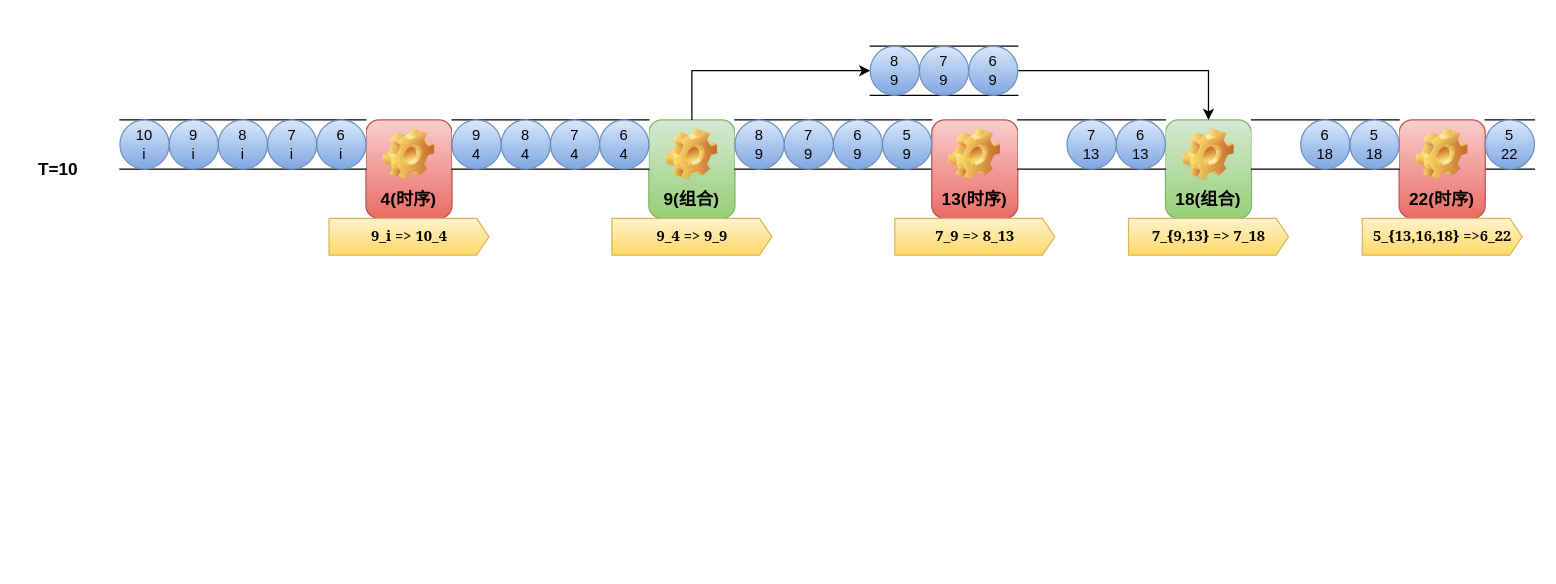
Earlier version of the draw.io diagram verilator_digrams/推测执行.drawio (Dercury/CLDK). Source tidied: cells renumbered, new cells numbered last; positions are measured from the earlier drawing's top-left corner, leaving out a move shared by most shapes. Both pictures are drawn from the tidied source at 123%, with x=0, y=0 at pixel (21, 46).
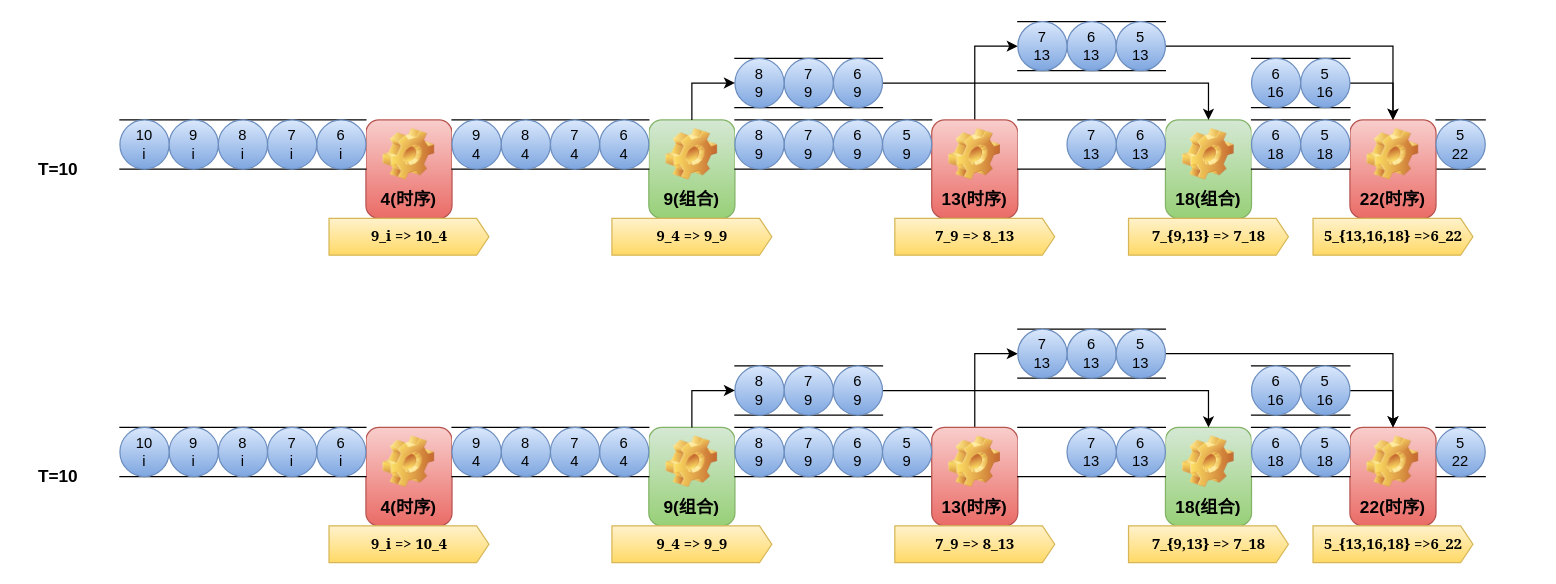
The same diagram, later.

Commit message (it also covers changes not shown here):
更新推测执行.drawio

The change refers to these unchanged cells:
```xml
<mxCell id="9" value="13(时序)" style="label;whiteSpace=wrap;html=1;align=center;verticalAlign=bottom;spacingLeft=0;spacingBottom=4;imageAlign=center;imageVerticalAlign=top;image=img/clipart/Gear_128x128.png;fontSize=14;fillColor=#f8cecc;gradientColor=#ea6b66;strokeColor=#b85450;" parent="1" vertex="1">
  <mxGeometry x="740" y="60" width="70" height="80" as="geometry" />
</mxCell>
```

Change to the diagram source:
```diff
@@
     <mxCell id="2" style="html=1;dashed=0;whiteSpace=wrap;shape=partialRectangle;right=0;left=0;" parent="1" vertex="1">
-      <mxGeometry x="1190" y="60" width="40" height="40" as="geometry" />
+      <mxGeometry x="1150" y="60" width="40" height="40" as="geometry" />
     </mxCell>
@@
+    <mxCell id="43" style="edgeStyle=orthogonalEdgeStyle;rounded=0;jettySize=auto;html=1;exitX=0.5;exitY=0;exitDx=0;exitDy=0;entryX=0;entryY=0.5;entryDx=0;entryDy=0;" parent="1" edge="1" source="9" target="45">
+      <mxGeometry relative="1" as="geometry" />
+    </mxCell>
@@
     <mxCell id="10" value="22(时序)" style="label;whiteSpace=wrap;html=1;align=center;verticalAlign=bottom;spacingLeft=0;spacingBottom=4;imageAlign=center;imageVerticalAlign=top;image=img/clipart/Gear_128x128.png;fontSize=14;fillColor=#f8cecc;gradientColor=#ea6b66;strokeColor=#b85450;" parent="1" vertex="1">
-      <mxGeometry x="1120" y="60" width="70" height="80" as="geometry" />
+      <mxGeometry x="1080" y="60" width="70" height="80" as="geometry" />
     </mxCell>
@@
     <mxCell id="13" style="html=1;dashed=0;whiteSpace=wrap;shape=partialRectangle;right=0;left=0;" parent="1" vertex="1">
-      <mxGeometry x="1000" y="60" width="120" height="40" as="geometry" />
+      <mxGeometry x="1000" y="60" width="80" height="40" as="geometry" />
     </mxCell>
@@
     <mxCell id="23" value="5_{13,16,18} =&amp;gt;6_22" style="html=1;shadow=0;dashed=0;align=center;verticalAlign=middle;shape=mxgraph.arrows2.arrow;dy=0;dx=10;notch=0;fillColor=#fff2cc;gradientColor=#ffd966;strokeColor=#d6b656;fontFamily=Georgia;fontStyle=1;" parent="1" vertex="1">
-      <mxGeometry x="1090" y="140" width="130" height="30" as="geometry" />
+      <mxGeometry x="1050" y="140" width="130" height="30" as="geometry" />
     </mxCell>
@@
     <mxCell id="35" style="html=1;dashed=0;whiteSpace=wrap;shape=partialRectangle;right=0;left=0;" parent="1" vertex="1">
-      <mxGeometry x="690" width="120" height="40" as="geometry" />
+      <mxGeometry x="580" y="10" width="120" height="40" as="geometry" />
     </mxCell>
     <mxCell id="36" value="&lt;div&gt;6&lt;/div&gt;&lt;div&gt;9&lt;/div&gt;" style="ellipse;whiteSpace=wrap;html=1;fillColor=#dae8fc;gradientColor=#7ea6e0;strokeColor=#6c8ebf;" parent="1" vertex="1">
-      <mxGeometry x="770" width="40" height="40" as="geometry" />
+      <mxGeometry x="660" y="10" width="40" height="40" as="geometry" />
     </mxCell>
     <mxCell id="37" value="&lt;div&gt;7&lt;/div&gt;&lt;div&gt;9&lt;/div&gt;" style="ellipse;whiteSpace=wrap;html=1;fillColor=#dae8fc;gradientColor=#7ea6e0;strokeColor=#6c8ebf;" parent="1" vertex="1">
-      <mxGeometry x="730" width="40" height="40" as="geometry" />
+      <mxGeometry x="620" y="10" width="40" height="40" as="geometry" />
     </mxCell>
     <mxCell id="38" value="&lt;div&gt;8&lt;/div&gt;&lt;div&gt;9&lt;/div&gt;" style="ellipse;whiteSpace=wrap;html=1;fillColor=#dae8fc;gradientColor=#7ea6e0;strokeColor=#6c8ebf;" parent="1" vertex="1">
-      <mxGeometry x="690" width="40" height="40" as="geometry" />
+      <mxGeometry x="580" y="10" width="40" height="40" as="geometry" />
     </mxCell>
@@
     <mxCell id="40" value="&lt;div&gt;6&lt;/div&gt;&lt;div&gt;18&lt;/div&gt;" style="ellipse;whiteSpace=wrap;html=1;fillColor=#dae8fc;gradientColor=#7ea6e0;strokeColor=#6c8ebf;" parent="1" vertex="1">
-      <mxGeometry x="1040" y="60" width="40" height="40" as="geometry" />
+      <mxGeometry x="1000" y="60" width="40" height="40" as="geometry" />
     </mxCell>
     <mxCell id="41" value="&lt;div&gt;5&lt;/div&gt;&lt;div&gt;18&lt;/div&gt;" style="ellipse;whiteSpace=wrap;html=1;fillColor=#dae8fc;gradientColor=#7ea6e0;strokeColor=#6c8ebf;" parent="1" vertex="1">
-      <mxGeometry x="1080" y="60" width="40" height="40" as="geometry" />
+      <mxGeometry x="1040" y="60" width="40" height="40" as="geometry" />
     </mxCell>
     <mxCell id="42" value="&lt;div&gt;5&lt;/div&gt;&lt;div&gt;22&lt;/div&gt;" style="ellipse;whiteSpace=wrap;html=1;fillColor=#dae8fc;gradientColor=#7ea6e0;strokeColor=#6c8ebf;" parent="1" vertex="1">
-      <mxGeometry x="1190" y="60" width="40" height="40" as="geometry" />
+      <mxGeometry x="1150" y="60" width="40" height="40" as="geometry" />
     </mxCell>
+    <mxCell id="44" style="edgeStyle=orthogonalEdgeStyle;rounded=0;jettySize=auto;html=1;exitX=1;exitY=0.5;exitDx=0;exitDy=0;" parent="1" edge="1" source="45" target="10">
+      <mxGeometry relative="1" as="geometry" />
+    </mxCell>
+    <mxCell id="45" style="html=1;dashed=0;whiteSpace=wrap;shape=partialRectangle;right=0;left=0;" parent="1" vertex="1">
+      <mxGeometry x="810" y="-20" width="120" height="40" as="geometry" />
+    </mxCell>
+    <mxCell id="46" value="&lt;div&gt;6&lt;/div&gt;&lt;div&gt;13&lt;/div&gt;" style="ellipse;whiteSpace=wrap;html=1;fillColor=#dae8fc;gradientColor=#7ea6e0;strokeColor=#6c8ebf;" parent="1" vertex="1">
+      <mxGeometry x="850" y="-20" width="40" height="40" as="geometry" />
+    </mxCell>
+    <mxCell id="47" value="&lt;div&gt;7&lt;/div&gt;&lt;div&gt;13&lt;/div&gt;" style="ellipse;whiteSpace=wrap;html=1;fillColor=#dae8fc;gradientColor=#7ea6e0;strokeColor=#6c8ebf;" parent="1" vertex="1">
+      <mxGeometry x="810" y="-20" width="40" height="40" as="geometry" />
+    </mxCell>
+    <mxCell id="48" value="&lt;div&gt;5&lt;/div&gt;&lt;div&gt;13&lt;/div&gt;" style="ellipse;whiteSpace=wrap;html=1;fillColor=#dae8fc;gradientColor=#7ea6e0;strokeColor=#6c8ebf;" parent="1" vertex="1">
+      <mxGeometry x="890" y="-20" width="40" height="40" as="geometry" />
+    </mxCell>
+    <mxCell id="49" style="edgeStyle=orthogonalEdgeStyle;rounded=0;jettySize=auto;html=1;entryX=0.5;entryY=0;entryDx=0;entryDy=0;exitX=1;exitY=0.5;exitDx=0;exitDy=0;" parent="1" edge="1" source="50" target="10">
+      <mxGeometry relative="1" as="geometry" />
+    </mxCell>
+    <mxCell id="50" style="html=1;dashed=0;whiteSpace=wrap;shape=partialRectangle;right=0;left=0;" parent="1" vertex="1">
+      <mxGeometry x="1000" y="10" width="80" height="40" as="geometry" />
+    </mxCell>
+    <mxCell id="51" value="&lt;div&gt;6&lt;/div&gt;&lt;div&gt;16&lt;/div&gt;" style="ellipse;whiteSpace=wrap;html=1;fillColor=#dae8fc;gradientColor=#7ea6e0;strokeColor=#6c8ebf;" parent="1" vertex="1">
+      <mxGeometry x="1000" y="10" width="40" height="40" as="geometry" />
+    </mxCell>
+    <mxCell id="52" value="&lt;div&gt;5&lt;/div&gt;&lt;div&gt;16&lt;/div&gt;" style="ellipse;whiteSpace=wrap;html=1;fillColor=#dae8fc;gradientColor=#7ea6e0;strokeColor=#6c8ebf;" parent="1" vertex="1">
+      <mxGeometry x="1040" y="10" width="40" height="40" as="geometry" />
+    </mxCell>
+    <mxCell id="53" style="html=1;dashed=0;whiteSpace=wrap;shape=partialRectangle;right=0;left=0;" parent="1" vertex="1">
+      <mxGeometry x="1150" y="310" width="40" height="40" as="geometry" />
+    </mxCell>
+    <mxCell id="54" value="4(时序)" style="label;whiteSpace=wrap;html=1;align=center;verticalAlign=bottom;spacingLeft=0;spacingBottom=4;imageAlign=center;imageVerticalAlign=top;image=img/clipart/Gear_128x128.png;fontSize=14;fillColor=#f8cecc;gradientColor=#ea6b66;strokeColor=#b85450;" parent="1" vertex="1">
+      <mxGeometry x="280" y="310" width="70" height="80" as="geometry" />
+    </mxCell>
+    <mxCell id="55" value="9(组合)" style="label;whiteSpace=wrap;html=1;align=center;verticalAlign=bottom;spacingLeft=0;spacingBottom=4;imageAlign=center;imageVerticalAlign=top;image=img/clipart/Gear_128x128.png;fontSize=14;fillColor=#d5e8d4;gradientColor=#97d077;strokeColor=#82b366;" parent="1" vertex="1">
+      <mxGeometry x="510" y="310" width="70" height="80" as="geometry" />
+    </mxCell>
+    <mxCell id="56" style="html=1;dashed=0;whiteSpace=wrap;shape=partialRectangle;right=0;left=0;" parent="1" vertex="1">
+      <mxGeometry x="80" y="310" width="200" height="40" as="geometry" />
+    </mxCell>
+    <mxCell id="57" value="&lt;div&gt;6&lt;/div&gt;&lt;div&gt;i&lt;/div&gt;" style="ellipse;whiteSpace=wrap;html=1;fillColor=#dae8fc;gradientColor=#7ea6e0;strokeColor=#6c8ebf;" parent="1" vertex="1">
+      <mxGeometry x="240" y="310" width="40" height="40" as="geometry" />
+    </mxCell>
+    <mxCell id="58" style="html=1;dashed=0;whiteSpace=wrap;shape=partialRectangle;right=0;left=0;" parent="1" vertex="1">
+      <mxGeometry x="350" y="310" width="160" height="40" as="geometry" />
+    </mxCell>
+    <mxCell id="59" style="html=1;dashed=0;whiteSpace=wrap;shape=partialRectangle;right=0;left=0;" parent="1" vertex="1">
+      <mxGeometry x="580" y="310" width="160" height="40" as="geometry" />
+    </mxCell>
+    <mxCell id="60" style="edgeStyle=orthogonalEdgeStyle;rounded=0;jettySize=auto;html=1;exitX=0.5;exitY=0;exitDx=0;exitDy=0;entryX=0;entryY=0.5;entryDx=0;entryDy=0;" parent="1" edge="1" source="61" target="96">
+      <mxGeometry relative="1" as="geometry" />
+    </mxCell>
+    <mxCell id="61" value="13(时序)" style="label;whiteSpace=wrap;html=1;align=center;verticalAlign=bottom;spacingLeft=0;spacingBottom=4;imageAlign=center;imageVerticalAlign=top;image=img/clipart/Gear_128x128.png;fontSize=14;fillColor=#f8cecc;gradientColor=#ea6b66;strokeColor=#b85450;" parent="1" vertex="1">
+      <mxGeometry x="740" y="310" width="70" height="80" as="geometry" />
+    </mxCell>
+    <mxCell id="62" value="22(时序)" style="label;whiteSpace=wrap;html=1;align=center;verticalAlign=bottom;spacingLeft=0;spacingBottom=4;imageAlign=center;imageVerticalAlign=top;image=img/clipart/Gear_128x128.png;fontSize=14;fillColor=#f8cecc;gradientColor=#ea6b66;strokeColor=#b85450;" parent="1" vertex="1">
+      <mxGeometry x="1080" y="310" width="70" height="80" as="geometry" />
+    </mxCell>
+    <mxCell id="63" value="18(组合)" style="label;whiteSpace=wrap;html=1;align=center;verticalAlign=bottom;spacingLeft=0;spacingBottom=4;imageAlign=center;imageVerticalAlign=top;image=img/clipart/Gear_128x128.png;fontSize=14;fillColor=#d5e8d4;gradientColor=#97d077;strokeColor=#82b366;" parent="1" vertex="1">
+      <mxGeometry x="930" y="310" width="70" height="80" as="geometry" />
+    </mxCell>
+    <mxCell id="64" style="html=1;dashed=0;whiteSpace=wrap;shape=partialRectangle;right=0;left=0;" parent="1" vertex="1">
+      <mxGeometry x="810" y="310" width="120" height="40" as="geometry" />
+    </mxCell>
+    <mxCell id="65" style="html=1;dashed=0;whiteSpace=wrap;shape=partialRectangle;right=0;left=0;" parent="1" vertex="1">
+      <mxGeometry x="1000" y="310" width="80" height="40" as="geometry" />
+    </mxCell>
+    <mxCell id="66" value="T=10" style="text;html=1;align=center;verticalAlign=middle;whiteSpace=wrap;rounded=0;fontSize=14;fontStyle=1;" parent="1" vertex="1">
+      <mxGeometry y="335" width="60" height="30" as="geometry" />
+    </mxCell>
+    <mxCell id="67" value="&lt;div&gt;7&lt;/div&gt;&lt;div&gt;i&lt;/div&gt;" style="ellipse;whiteSpace=wrap;html=1;fillColor=#dae8fc;gradientColor=#7ea6e0;strokeColor=#6c8ebf;" parent="1" vertex="1">
+      <mxGeometry x="200" y="310" width="40" height="40" as="geometry" />
+    </mxCell>
+    <mxCell id="68" value="&lt;div&gt;8&lt;/div&gt;&lt;div&gt;i&lt;/div&gt;" style="ellipse;whiteSpace=wrap;html=1;fillColor=#dae8fc;gradientColor=#7ea6e0;strokeColor=#6c8ebf;" parent="1" vertex="1">
+      <mxGeometry x="160" y="310" width="40" height="40" as="geometry" />
+    </mxCell>
+    <mxCell id="69" value="&lt;div&gt;9&lt;/div&gt;&lt;div&gt;i&lt;/div&gt;" style="ellipse;whiteSpace=wrap;html=1;fillColor=#dae8fc;gradientColor=#7ea6e0;strokeColor=#6c8ebf;" parent="1" vertex="1">
+      <mxGeometry x="120" y="310" width="40" height="40" as="geometry" />
+    </mxCell>
+    <mxCell id="70" value="&lt;div&gt;10&lt;/div&gt;&lt;div&gt;i&lt;/div&gt;" style="ellipse;whiteSpace=wrap;html=1;fillColor=#dae8fc;gradientColor=#7ea6e0;strokeColor=#6c8ebf;" parent="1" vertex="1">
+      <mxGeometry x="80" y="310" width="40" height="40" as="geometry" />
+    </mxCell>
+    <mxCell id="71" value="9_i =&amp;gt; 10_4" style="html=1;shadow=0;dashed=0;align=center;verticalAlign=middle;shape=mxgraph.arrows2.arrow;dy=0;dx=10;notch=0;fillColor=#fff2cc;gradientColor=#ffd966;strokeColor=#d6b656;fontFamily=Georgia;fontStyle=1;" parent="1" vertex="1">
+      <mxGeometry x="250" y="390" width="130" height="30" as="geometry" />
+    </mxCell>
+    <mxCell id="72" value="9_4 =&amp;gt; 9_9" style="html=1;shadow=0;dashed=0;align=center;verticalAlign=middle;shape=mxgraph.arrows2.arrow;dy=0;dx=10;notch=0;fillColor=#fff2cc;gradientColor=#ffd966;strokeColor=#d6b656;fontFamily=Georgia;fontStyle=1;" parent="1" vertex="1">
+      <mxGeometry x="480" y="390" width="130" height="30" as="geometry" />
+    </mxCell>
+    <mxCell id="73" value="7_9 =&amp;gt; 8_13" style="html=1;shadow=0;dashed=0;align=center;verticalAlign=middle;shape=mxgraph.arrows2.arrow;dy=0;dx=10;notch=0;fillColor=#fff2cc;gradientColor=#ffd966;strokeColor=#d6b656;fontFamily=Georgia;fontStyle=1;" parent="1" vertex="1">
+      <mxGeometry x="710" y="390" width="130" height="30" as="geometry" />
+    </mxCell>
+    <mxCell id="74" value="7_{9,13} =&amp;gt; 7_18" style="html=1;shadow=0;dashed=0;align=center;verticalAlign=middle;shape=mxgraph.arrows2.arrow;dy=0;dx=10;notch=0;fillColor=#fff2cc;gradientColor=#ffd966;strokeColor=#d6b656;fontFamily=Georgia;fontStyle=1;" parent="1" vertex="1">
+      <mxGeometry x="900" y="390" width="130" height="30" as="geometry" />
+    </mxCell>
+    <mxCell id="75" value="5_{13,16,18} =&amp;gt;6_22" style="html=1;shadow=0;dashed=0;align=center;verticalAlign=middle;shape=mxgraph.arrows2.arrow;dy=0;dx=10;notch=0;fillColor=#fff2cc;gradientColor=#ffd966;strokeColor=#d6b656;fontFamily=Georgia;fontStyle=1;" parent="1" vertex="1">
+      <mxGeometry x="1050" y="390" width="130" height="30" as="geometry" />
+    </mxCell>
+    <mxCell id="76" value="&lt;div&gt;6&lt;/div&gt;&lt;div&gt;4&lt;/div&gt;" style="ellipse;whiteSpace=wrap;html=1;fillColor=#dae8fc;gradientColor=#7ea6e0;strokeColor=#6c8ebf;" parent="1" vertex="1">
+      <mxGeometry x="470" y="310" width="40" height="40" as="geometry" />
+    </mxCell>
+    <mxCell id="77" value="&lt;div&gt;7&lt;/div&gt;&lt;div&gt;4&lt;/div&gt;" style="ellipse;whiteSpace=wrap;html=1;fillColor=#dae8fc;gradientColor=#7ea6e0;strokeColor=#6c8ebf;" parent="1" vertex="1">
+      <mxGeometry x="430" y="310" width="40" height="40" as="geometry" />
+    </mxCell>
+    <mxCell id="78" value="&lt;div&gt;8&lt;/div&gt;&lt;div&gt;4&lt;/div&gt;" style="ellipse;whiteSpace=wrap;html=1;fillColor=#dae8fc;gradientColor=#7ea6e0;strokeColor=#6c8ebf;" parent="1" vertex="1">
+      <mxGeometry x="390" y="310" width="40" height="40" as="geometry" />
+    </mxCell>
+    <mxCell id="79" value="&lt;div&gt;9&lt;/div&gt;&lt;div&gt;4&lt;/div&gt;" style="ellipse;whiteSpace=wrap;html=1;fillColor=#dae8fc;gradientColor=#7ea6e0;strokeColor=#6c8ebf;" parent="1" vertex="1">
+      <mxGeometry x="350" y="310" width="40" height="40" as="geometry" />
+    </mxCell>
+    <mxCell id="80" value="&lt;div&gt;6&lt;/div&gt;&lt;div&gt;9&lt;/div&gt;" style="ellipse;whiteSpace=wrap;html=1;fillColor=#dae8fc;gradientColor=#7ea6e0;strokeColor=#6c8ebf;" parent="1" vertex="1">
+      <mxGeometry x="660" y="310" width="40" height="40" as="geometry" />
+    </mxCell>
+    <mxCell id="81" value="&lt;div&gt;7&lt;/div&gt;&lt;div&gt;9&lt;/div&gt;" style="ellipse;whiteSpace=wrap;html=1;fillColor=#dae8fc;gradientColor=#7ea6e0;strokeColor=#6c8ebf;" parent="1" vertex="1">
+      <mxGeometry x="620" y="310" width="40" height="40" as="geometry" />
+    </mxCell>
+    <mxCell id="82" value="&lt;div&gt;8&lt;/div&gt;&lt;div&gt;9&lt;/div&gt;" style="ellipse;whiteSpace=wrap;html=1;fillColor=#dae8fc;gradientColor=#7ea6e0;strokeColor=#6c8ebf;" parent="1" vertex="1">
+      <mxGeometry x="580" y="310" width="40" height="40" as="geometry" />
+    </mxCell>
+    <mxCell id="83" value="&lt;div&gt;5&lt;/div&gt;&lt;div&gt;9&lt;/div&gt;" style="ellipse;whiteSpace=wrap;html=1;fillColor=#dae8fc;gradientColor=#7ea6e0;strokeColor=#6c8ebf;" parent="1" vertex="1">
+      <mxGeometry x="700" y="310" width="40" height="40" as="geometry" />
+    </mxCell>
+    <mxCell id="84" value="&lt;div&gt;6&lt;/div&gt;&lt;div&gt;13&lt;/div&gt;" style="ellipse;whiteSpace=wrap;html=1;fillColor=#dae8fc;gradientColor=#7ea6e0;strokeColor=#6c8ebf;" parent="1" vertex="1">
+      <mxGeometry x="890" y="310" width="40" height="40" as="geometry" />
+    </mxCell>
+    <mxCell id="85" value="&lt;div&gt;7&lt;/div&gt;&lt;div&gt;13&lt;/div&gt;" style="ellipse;whiteSpace=wrap;html=1;fillColor=#dae8fc;gradientColor=#7ea6e0;strokeColor=#6c8ebf;" parent="1" vertex="1">
+      <mxGeometry x="850" y="310" width="40" height="40" as="geometry" />
+    </mxCell>
+    <mxCell id="86" style="edgeStyle=orthogonalEdgeStyle;rounded=0;jettySize=auto;html=1;entryX=0.5;entryY=0;entryDx=0;entryDy=0;" parent="1" edge="1" source="87" target="63">
+      <mxGeometry relative="1" as="geometry" />
+    </mxCell>
+    <mxCell id="87" style="html=1;dashed=0;whiteSpace=wrap;shape=partialRectangle;right=0;left=0;" parent="1" vertex="1">
+      <mxGeometry x="580" y="260" width="120" height="40" as="geometry" />
+    </mxCell>
+    <mxCell id="88" value="&lt;div&gt;6&lt;/div&gt;&lt;div&gt;9&lt;/div&gt;" style="ellipse;whiteSpace=wrap;html=1;fillColor=#dae8fc;gradientColor=#7ea6e0;strokeColor=#6c8ebf;" parent="1" vertex="1">
+      <mxGeometry x="660" y="260" width="40" height="40" as="geometry" />
+    </mxCell>
+    <mxCell id="89" value="&lt;div&gt;7&lt;/div&gt;&lt;div&gt;9&lt;/div&gt;" style="ellipse;whiteSpace=wrap;html=1;fillColor=#dae8fc;gradientColor=#7ea6e0;strokeColor=#6c8ebf;" parent="1" vertex="1">
+      <mxGeometry x="620" y="260" width="40" height="40" as="geometry" />
+    </mxCell>
+    <mxCell id="90" value="&lt;div&gt;8&lt;/div&gt;&lt;div&gt;9&lt;/div&gt;" style="ellipse;whiteSpace=wrap;html=1;fillColor=#dae8fc;gradientColor=#7ea6e0;strokeColor=#6c8ebf;" parent="1" vertex="1">
+      <mxGeometry x="580" y="260" width="40" height="40" as="geometry" />
+    </mxCell>
+    <mxCell id="91" style="edgeStyle=orthogonalEdgeStyle;rounded=0;jettySize=auto;html=1;exitX=0.5;exitY=0;exitDx=0;exitDy=0;entryX=0;entryY=0.5;entryDx=0;entryDy=0;" parent="1" edge="1" source="55" target="90">
+      <mxGeometry relative="1" as="geometry" />
+    </mxCell>
+    <mxCell id="92" value="&lt;div&gt;6&lt;/div&gt;&lt;div&gt;18&lt;/div&gt;" style="ellipse;whiteSpace=wrap;html=1;fillColor=#dae8fc;gradientColor=#7ea6e0;strokeColor=#6c8ebf;" parent="1" vertex="1">
+      <mxGeometry x="1000" y="310" width="40" height="40" as="geometry" />
+    </mxCell>
+    <mxCell id="93" value="&lt;div&gt;5&lt;/div&gt;&lt;div&gt;18&lt;/div&gt;" style="ellipse;whiteSpace=wrap;html=1;fillColor=#dae8fc;gradientColor=#7ea6e0;strokeColor=#6c8ebf;" parent="1" vertex="1">
+      <mxGeometry x="1040" y="310" width="40" height="40" as="geometry" />
+    </mxCell>
+    <mxCell id="94" value="&lt;div&gt;5&lt;/div&gt;&lt;div&gt;22&lt;/div&gt;" style="ellipse;whiteSpace=wrap;html=1;fillColor=#dae8fc;gradientColor=#7ea6e0;strokeColor=#6c8ebf;" parent="1" vertex="1">
+      <mxGeometry x="1150" y="310" width="40" height="40" as="geometry" />
+    </mxCell>
+    <mxCell id="95" style="edgeStyle=orthogonalEdgeStyle;rounded=0;jettySize=auto;html=1;exitX=1;exitY=0.5;exitDx=0;exitDy=0;" parent="1" edge="1" source="96" target="62">
+      <mxGeometry relative="1" as="geometry" />
+    </mxCell>
+    <mxCell id="96" style="html=1;dashed=0;whiteSpace=wrap;shape=partialRectangle;right=0;left=0;" parent="1" vertex="1">
+      <mxGeometry x="810" y="230" width="120" height="40" as="geometry" />
+    </mxCell>
+    <mxCell id="97" value="&lt;div&gt;6&lt;/div&gt;&lt;div&gt;13&lt;/div&gt;" style="ellipse;whiteSpace=wrap;html=1;fillColor=#dae8fc;gradientColor=#7ea6e0;strokeColor=#6c8ebf;" parent="1" vertex="1">
+      <mxGeometry x="850" y="230" width="40" height="40" as="geometry" />
+    </mxCell>
+    <mxCell id="98" value="&lt;div&gt;7&lt;/div&gt;&lt;div&gt;13&lt;/div&gt;" style="ellipse;whiteSpace=wrap;html=1;fillColor=#dae8fc;gradientColor=#7ea6e0;strokeColor=#6c8ebf;" parent="1" vertex="1">
+      <mxGeometry x="810" y="230" width="40" height="40" as="geometry" />
+    </mxCell>
+    <mxCell id="99" value="&lt;div&gt;5&lt;/div&gt;&lt;div&gt;13&lt;/div&gt;" style="ellipse;whiteSpace=wrap;html=1;fillColor=#dae8fc;gradientColor=#7ea6e0;strokeColor=#6c8ebf;" parent="1" vertex="1">
+      <mxGeometry x="890" y="230" width="40" height="40" as="geometry" />
+    </mxCell>
+    <mxCell id="100" style="edgeStyle=orthogonalEdgeStyle;rounded=0;jettySize=auto;html=1;entryX=0.5;entryY=0;entryDx=0;entryDy=0;exitX=1;exitY=0.5;exitDx=0;exitDy=0;" parent="1" edge="1" source="101" target="62">
+      <mxGeometry relative="1" as="geometry" />
+    </mxCell>
+    <mxCell id="101" style="html=1;dashed=0;whiteSpace=wrap;shape=partialRectangle;right=0;left=0;" parent="1" vertex="1">
+      <mxGeometry x="1000" y="260" width="80" height="40" as="geometry" />
+    </mxCell>
+    <mxCell id="102" value="&lt;div&gt;6&lt;/div&gt;&lt;div&gt;16&lt;/div&gt;" style="ellipse;whiteSpace=wrap;html=1;fillColor=#dae8fc;gradientColor=#7ea6e0;strokeColor=#6c8ebf;" parent="1" vertex="1">
+      <mxGeometry x="1000" y="260" width="40" height="40" as="geometry" />
+    </mxCell>
+    <mxCell id="103" value="&lt;div&gt;5&lt;/div&gt;&lt;div&gt;16&lt;/div&gt;" style="ellipse;whiteSpace=wrap;html=1;fillColor=#dae8fc;gradientColor=#7ea6e0;strokeColor=#6c8ebf;" parent="1" vertex="1">
+      <mxGeometry x="1040" y="260" width="40" height="40" as="geometry" />
+    </mxCell>
```
